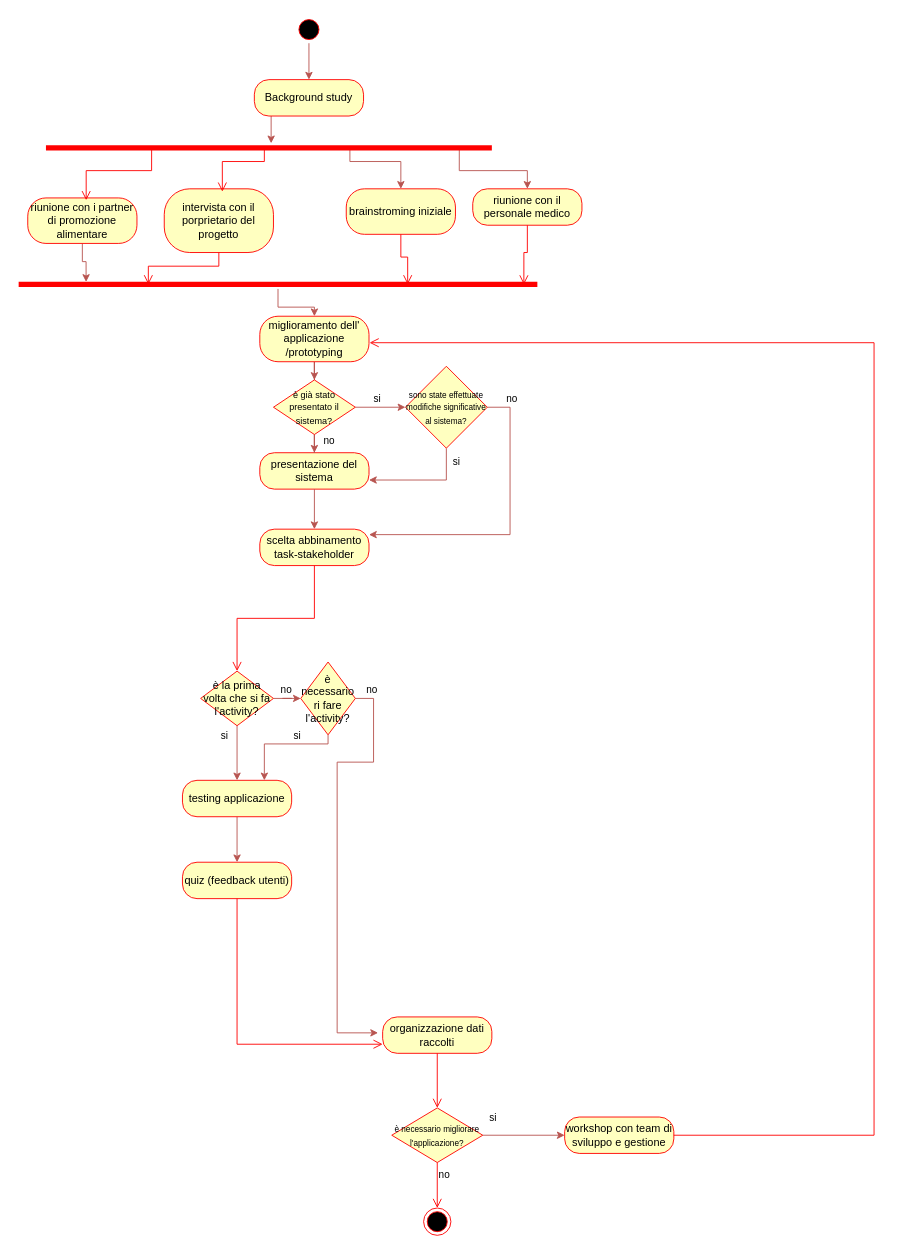
Barbera9/mixed keeps this draw.io diagram as grafi/Diagramma senza titolo.drawio. Above is the earlier version. Source tidied: cells renumbered, new cells numbered last; positions are measured from the earlier drawing's top-left corner, leaving out a move shared by most shapes. Both pictures are drawn from the tidied source at 91%, with x=0, y=0 at pixel (18, 15).
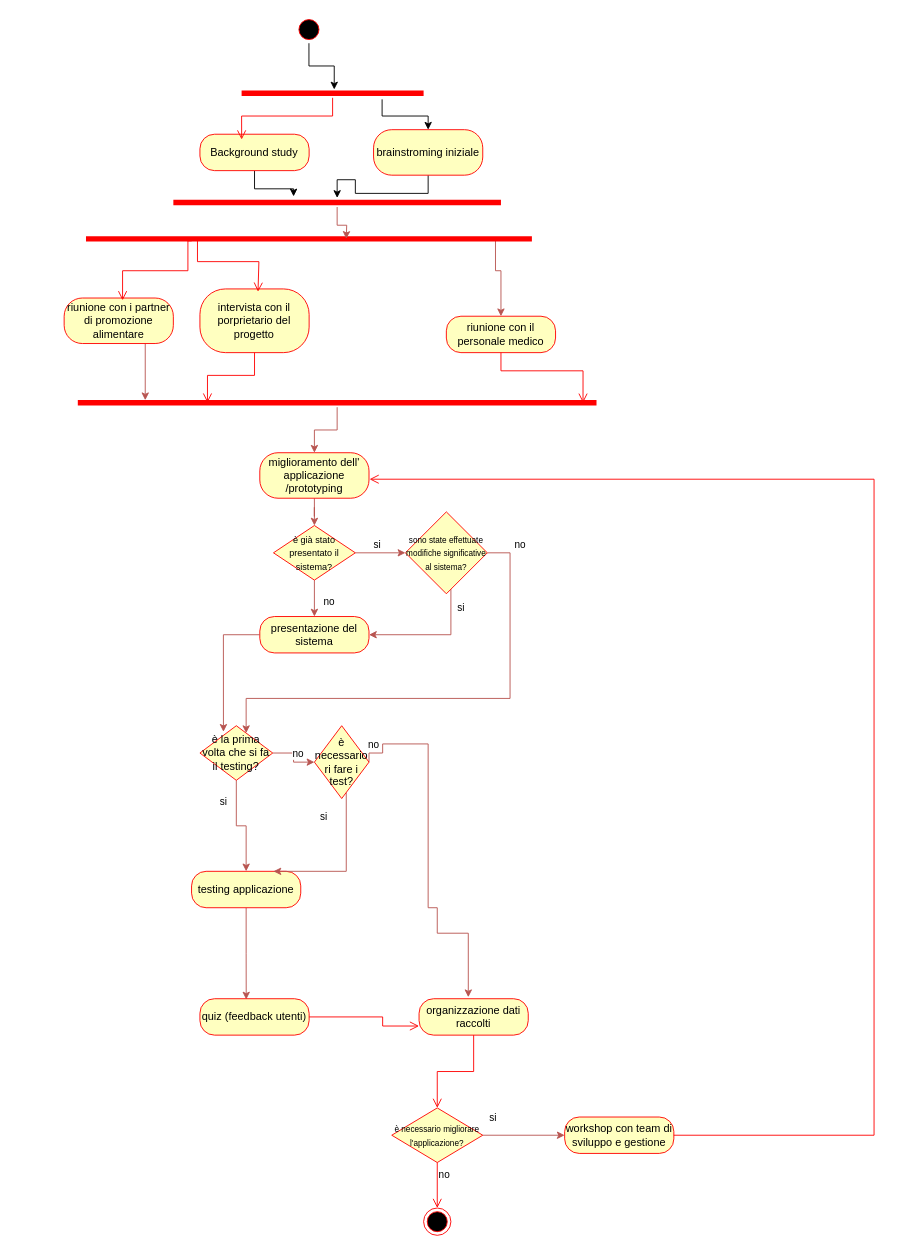
After the change.

The change refers to these unchanged cells:
```xml
<mxCell id="3" style="ellipse;html=1;shape=startState;fillColor=#000000;strokeColor=#ff0000;" parent="1" vertex="1">
  <mxGeometry x="304" width="30" height="30" as="geometry" />
</mxCell>
```

The edit, as a diff of the source:
```diff
@@
-    <mxCell id="2" style="edgeStyle=orthogonalEdgeStyle;rounded=0;jettySize=auto;html=1;entryX=0.5;entryY=0;entryDx=0;entryDy=0;fillColor=#f8cecc;strokeColor=#b85450;" parent="1" edge="1" source="3" target="5">
-      <mxGeometry relative="1" as="geometry" />
-    </mxCell>
+    <mxCell id="60" style="edgeStyle=orthogonalEdgeStyle;rounded=0;jettySize=auto;html=1;entryX=0.509;entryY=0.083;entryDx=0;entryDy=0;entryPerimeter=0;" parent="1" edge="1" source="3" target="64">
+      <mxGeometry relative="1" as="geometry" />
+    </mxCell>
@@
-    <mxCell id="4" style="edgeStyle=orthogonalEdgeStyle;rounded=0;jettySize=auto;html=1;entryX=0.505;entryY=0.444;entryDx=0;entryDy=0;entryPerimeter=0;fillColor=#f8cecc;strokeColor=#b85450;" parent="1" edge="1" source="5" target="8">
-      <mxGeometry relative="1" as="geometry">
-        <Array as="points">
-          <mxPoint x="320" y="110" />
-          <mxPoint x="320" y="110" />
-        </Array>
-      </mxGeometry>
-    </mxCell>
+    <mxCell id="61" style="edgeStyle=orthogonalEdgeStyle;rounded=0;jettySize=auto;html=1;entryX=0.367;entryY=-0.167;entryDx=0;entryDy=0;entryPerimeter=0;" parent="1" edge="1" source="5" target="67">
+      <mxGeometry relative="1" as="geometry" />
+    </mxCell>
     <mxCell id="5" value="Background study" style="rounded=1;whiteSpace=wrap;html=1;arcSize=40;fontColor=#000000;fillColor=#ffffc0;strokeColor=#ff0000;" parent="1" vertex="1">
-      <mxGeometry x="259" y="70" width="120" height="40" as="geometry" />
+      <mxGeometry x="199.2" y="130" width="120" height="40" as="geometry" />
     </mxCell>
-    <mxCell id="6" style="edgeStyle=orthogonalEdgeStyle;rounded=0;jettySize=auto;html=1;entryX=0.5;entryY=0;entryDx=0;entryDy=0;exitX=0.727;exitY=0.507;exitDx=0;exitDy=0;exitPerimeter=0;fillColor=#f8cecc;strokeColor=#b85450;" parent="1" edge="1" source="8" target="11">
-      <mxGeometry relative="1" as="geometry">
-        <Array as="points">
-          <mxPoint x="364" y="160" />
-          <mxPoint x="420" y="160" />
-        </Array>
-      </mxGeometry>
-    </mxCell>
     <mxCell id="7" style="edgeStyle=orthogonalEdgeStyle;rounded=0;jettySize=auto;html=1;exitX=0.927;exitY=0.511;exitDx=0;exitDy=0;exitPerimeter=0;entryX=0.5;entryY=0;entryDx=0;entryDy=0;fillColor=#f8cecc;strokeColor=#b85450;" parent="1" edge="1" source="8" target="57">
       <mxGeometry relative="1" as="geometry">
         <Array as="points">
-          <mxPoint x="484" y="170" />
-          <mxPoint x="559" y="170" />
+          <mxPoint x="524" y="246" />
+          <mxPoint x="524" y="280" />
+          <mxPoint x="530" y="280" />
         </Array>
       </mxGeometry>
     </mxCell>
     <mxCell id="8" style="shape=line;html=1;strokeWidth=6;strokeColor=#ff0000;" parent="1" vertex="1">
-      <mxGeometry x="30" y="100" width="490" height="90" as="geometry" />
+      <mxGeometry x="74" y="200" width="490" height="90" as="geometry" />
     </mxCell>
     <mxCell id="9" value="intervista con il porprietario del progetto" style="rounded=1;whiteSpace=wrap;html=1;arcSize=40;fontColor=#000000;fillColor=#ffffc0;strokeColor=#ff0000;" parent="1" vertex="1">
-      <mxGeometry x="160" y="190" width="120" height="70" as="geometry" />
+      <mxGeometry x="199.2" y="300" width="120" height="70" as="geometry" />
     </mxCell>
@@
+    <mxCell id="62" style="edgeStyle=orthogonalEdgeStyle;rounded=0;jettySize=auto;html=1;" parent="1" edge="1" source="11" target="67">
+      <mxGeometry relative="1" as="geometry" />
+    </mxCell>
     <mxCell id="11" value="brainstroming iniziale" style="rounded=1;whiteSpace=wrap;html=1;arcSize=40;fontColor=#000000;fillColor=#ffffc0;strokeColor=#ff0000;" parent="1" vertex="1">
-      <mxGeometry x="360" y="190" width="120" height="50" as="geometry" />
+      <mxGeometry x="390" y="125" width="120" height="50" as="geometry" />
     </mxCell>
-    <mxCell id="12" style="edgeStyle=orthogonalEdgeStyle;html=1;verticalAlign=bottom;endArrow=open;endSize=8;strokeColor=#ff0000;rounded=0;entryX=0.75;entryY=0.5;entryDx=0;entryDy=0;entryPerimeter=0;" parent="1" edge="1" source="11" target="15">
-      <mxGeometry relative="1" as="geometry" />
-    </mxCell>
     <mxCell id="13" style="edgeStyle=orthogonalEdgeStyle;html=1;verticalAlign=bottom;endArrow=open;endSize=8;strokeColor=#ff0000;rounded=0;entryX=0.532;entryY=0.045;entryDx=0;entryDy=0;entryPerimeter=0;exitX=0.25;exitY=0.5;exitDx=0;exitDy=0;exitPerimeter=0;" parent="1" edge="1" source="8" target="9">
       <mxGeometry relative="1" as="geometry">
         <Array as="points">
-          <mxPoint x="270" y="145" />
-          <mxPoint x="270" y="160" />
-          <mxPoint x="224" y="160" />
+          <mxPoint x="197" y="270" />
+          <mxPoint x="264" y="270" />
+          <mxPoint x="264" y="303" />
         </Array>
       </mxGeometry>
     </mxCell>
@@
     <mxCell id="15" style="shape=line;html=1;strokeWidth=6;strokeColor=#ff0000;" parent="1" vertex="1">
-      <mxGeometry y="290" width="570" height="10" as="geometry" />
+      <mxGeometry x="65" y="420" width="570" height="10" as="geometry" />
     </mxCell>
     <mxCell id="16" value="presentazione del sistema" style="rounded=1;whiteSpace=wrap;html=1;arcSize=40;fontColor=#000000;fillColor=#ffffc0;strokeColor=#ff0000;" parent="1" vertex="1">
-      <mxGeometry x="265" y="480" width="120" height="40" as="geometry" />
+      <mxGeometry x="265" y="660" width="120" height="40" as="geometry" />
     </mxCell>
-    <mxCell id="17" style="edgeStyle=orthogonalEdgeStyle;rounded=0;jettySize=auto;html=1;fillColor=#f8cecc;strokeColor=#b85450;" parent="1" edge="1" source="16" target="20">
-      <mxGeometry relative="1" as="geometry" />
+    <mxCell id="17" style="edgeStyle=orthogonalEdgeStyle;rounded=0;jettySize=auto;html=1;fillColor=#f8cecc;strokeColor=#b85450;entryX=0.323;entryY=0.111;entryDx=0;entryDy=0;entryPerimeter=0;" parent="1" edge="1" source="16" target="43">
+      <mxGeometry relative="1" as="geometry">
+        <Array as="points">
+          <mxPoint x="225" y="680" />
+        </Array>
+      </mxGeometry>
     </mxCell>
@@
     <mxCell id="19" value="miglioramento dell' applicazione /prototyping" style="rounded=1;whiteSpace=wrap;html=1;arcSize=40;fontColor=#000000;fillColor=#ffffc0;strokeColor=#ff0000;" parent="1" vertex="1">
-      <mxGeometry x="265" y="330" width="120" height="50" as="geometry" />
+      <mxGeometry x="265" y="480" width="120" height="50" as="geometry" />
     </mxCell>
-    <mxCell id="20" value="scelta abbinamento task-stakeholder" style="rounded=1;whiteSpace=wrap;html=1;arcSize=40;fontColor=#000000;fillColor=#ffffc0;strokeColor=#ff0000;" parent="1" vertex="1">
-      <mxGeometry x="265" y="564" width="120" height="40" as="geometry" />
-    </mxCell>
-    <mxCell id="21" style="edgeStyle=orthogonalEdgeStyle;html=1;verticalAlign=bottom;endArrow=open;endSize=8;strokeColor=#ff0000;rounded=0;entryX=0.5;entryY=0;entryDx=0;entryDy=0;" parent="1" edge="1" source="20" target="43">
-      <mxGeometry relative="1" as="geometry" />
-    </mxCell>
-    <mxCell id="22" style="edgeStyle=orthogonalEdgeStyle;rounded=0;jettySize=auto;html=1;fillColor=#f8cecc;strokeColor=#b85450;" parent="1" edge="1" source="23" target="29">
+    <mxCell id="22" style="edgeStyle=orthogonalEdgeStyle;rounded=0;jettySize=auto;html=1;fillColor=#f8cecc;strokeColor=#b85450;entryX=0.424;entryY=0.021;entryDx=0;entryDy=0;entryPerimeter=0;" parent="1" edge="1" source="23" target="29">
       <mxGeometry relative="1" as="geometry" />
     </mxCell>
     <mxCell id="23" value="testing applicazione" style="rounded=1;whiteSpace=wrap;html=1;arcSize=40;fontColor=#000000;fillColor=#ffffc0;strokeColor=#ff0000;" parent="1" vertex="1">
-      <mxGeometry x="180" y="840" width="120" height="40" as="geometry" />
+      <mxGeometry x="190" y="940" width="120" height="40" as="geometry" />
     </mxCell>
-    <mxCell id="24" style="edgeStyle=orthogonalEdgeStyle;rounded=0;jettySize=auto;html=1;fillColor=#f8cecc;strokeColor=#b85450;" parent="1" edge="1" source="28" target="20">
+    <mxCell id="24" style="edgeStyle=orthogonalEdgeStyle;rounded=0;jettySize=auto;html=1;fillColor=#f8cecc;strokeColor=#b85450;" parent="1" edge="1" source="28" target="43">
       <mxGeometry relative="1" as="geometry">
         <Array as="points">
-          <mxPoint x="540" y="430" />
-          <mxPoint x="540" y="570" />
+          <mxPoint x="540" y="590" />
+          <mxPoint x="540" y="750" />
+          <mxPoint x="250" y="750" />
         </Array>
       </mxGeometry>
     </mxCell>
@@
     <mxCell id="26" style="edgeStyle=orthogonalEdgeStyle;rounded=0;jettySize=auto;html=1;fillColor=#f8cecc;strokeColor=#b85450;" parent="1" edge="1" source="28" target="16">
       <mxGeometry relative="1" as="geometry">
         <Array as="points">
-          <mxPoint x="390" y="510" />
-          <mxPoint x="390" y="510" />
+          <mxPoint x="475" y="680" />
         </Array>
       </mxGeometry>
     </mxCell>
@@
     <mxCell id="28" value="&lt;font style=&quot;font-size: 9px;&quot;&gt;sono state effettuate modifiche significative al sistema?&lt;/font&gt;" style="rhombus;whiteSpace=wrap;html=1;fontColor=#000000;fillColor=#ffffc0;strokeColor=#ff0000;" parent="1" vertex="1">
-      <mxGeometry x="425" y="385" width="90" height="90" as="geometry" />
+      <mxGeometry x="425" y="545" width="90" height="90" as="geometry" />
     </mxCell>
     <mxCell id="29" value="quiz (feedback utenti)" style="rounded=1;whiteSpace=wrap;html=1;arcSize=40;fontColor=#000000;fillColor=#ffffc0;strokeColor=#ff0000;" parent="1" vertex="1">
-      <mxGeometry x="180" y="930" width="120" height="40" as="geometry" />
+      <mxGeometry x="199.2" y="1080" width="120" height="40" as="geometry" />
     </mxCell>
     <mxCell id="30" style="edgeStyle=orthogonalEdgeStyle;html=1;verticalAlign=bottom;endArrow=open;endSize=8;strokeColor=#ff0000;rounded=0;entryX=0;entryY=0.75;entryDx=0;entryDy=0;" parent="1" edge="1" source="29" target="31">
       <mxGeometry relative="1" as="geometry">
         <Array as="points">
-          <mxPoint x="240" y="1130" />
+          <mxPoint x="400" y="1100" />
+          <mxPoint x="400" y="1110" />
         </Array>
       </mxGeometry>
     </mxCell>
     <mxCell id="31" value="organizzazione dati raccolti" style="rounded=1;whiteSpace=wrap;html=1;arcSize=40;fontColor=#000000;fillColor=#ffffc0;strokeColor=#ff0000;" parent="1" vertex="1">
-      <mxGeometry x="400" y="1100" width="120" height="40" as="geometry" />
+      <mxGeometry x="440" y="1080" width="120" height="40" as="geometry" />
     </mxCell>
@@
-    <mxCell id="43" value="è la prima volta che si fa l'activity?" style="rhombus;whiteSpace=wrap;html=1;fontColor=#000000;fillColor=#ffffc0;strokeColor=#ff0000;" parent="1" vertex="1">
-      <mxGeometry x="200" y="720" width="80" height="60" as="geometry" />
+    <mxCell id="43" value="è la prima volta che si fa il testing?" style="rhombus;whiteSpace=wrap;html=1;fontColor=#000000;fillColor=#ffffc0;strokeColor=#ff0000;" parent="1" vertex="1">
+      <mxGeometry x="199.2" y="780" width="80" height="60" as="geometry" />
     </mxCell>
     <mxCell id="44" style="edgeStyle=orthogonalEdgeStyle;rounded=0;jettySize=auto;html=1;entryX=0.75;entryY=0;entryDx=0;entryDy=0;fillColor=#f8cecc;strokeColor=#b85450;" parent="1" edge="1" source="48" target="23">
       <mxGeometry relative="1" as="geometry">
         <Array as="points">
-          <mxPoint x="340" y="800" />
-          <mxPoint x="270" y="800" />
+          <mxPoint x="360" y="940" />
         </Array>
       </mxGeometry>
     </mxCell>
@@
-    <mxCell id="46" style="edgeStyle=orthogonalEdgeStyle;rounded=0;jettySize=auto;html=1;fillColor=#f8cecc;strokeColor=#b85450;exitX=1;exitY=0.5;exitDx=0;exitDy=0;entryX=-0.042;entryY=0.438;entryDx=0;entryDy=0;entryPerimeter=0;" parent="1" edge="1" source="48" target="31">
+    <mxCell id="46" style="edgeStyle=orthogonalEdgeStyle;rounded=0;jettySize=auto;html=1;fillColor=#f8cecc;strokeColor=#b85450;exitX=1;exitY=0.5;exitDx=0;exitDy=0;entryX=0.451;entryY=-0.042;entryDx=0;entryDy=0;entryPerimeter=0;" parent="1" edge="1" source="48" target="31">
       <mxGeometry relative="1" as="geometry">
         <Array as="points">
-          <mxPoint x="390" y="750" />
-          <mxPoint x="390" y="820" />
-          <mxPoint x="350" y="820" />
-          <mxPoint x="350" y="1118" />
+          <mxPoint x="400" y="810" />
+          <mxPoint x="400" y="800" />
+          <mxPoint x="450" y="800" />
+          <mxPoint x="450" y="980" />
+          <mxPoint x="460" y="980" />
+          <mxPoint x="460" y="1008" />
         </Array>
       </mxGeometry>
     </mxCell>
@@
-    <mxCell id="48" value="è necessario ri fare l'activity?" style="rhombus;whiteSpace=wrap;html=1;fontColor=#000000;fillColor=#ffffc0;strokeColor=#ff0000;" parent="1" vertex="1">
-      <mxGeometry x="310" y="710" width="60" height="80" as="geometry" />
+    <mxCell id="48" value="è necessario ri fare i test?" style="rhombus;whiteSpace=wrap;html=1;fontColor=#000000;fillColor=#ffffc0;strokeColor=#ff0000;" parent="1" vertex="1">
+      <mxGeometry x="325" y="780" width="60" height="80" as="geometry" />
     </mxCell>
@@
     <mxCell id="53" value="&lt;font style=&quot;font-size: 10px;&quot;&gt;è già stato presentato il sistema?&lt;/font&gt;" style="rhombus;whiteSpace=wrap;html=1;fontColor=#000000;fillColor=#ffffc0;strokeColor=#ff0000;" parent="1" vertex="1">
-      <mxGeometry x="280" y="400" width="90" height="60" as="geometry" />
+      <mxGeometry x="280" y="560" width="90" height="60" as="geometry" />
     </mxCell>
@@
     <mxCell id="55" style="edgeStyle=orthogonalEdgeStyle;rounded=0;jettySize=auto;html=1;entryX=0.13;entryY=0.229;entryDx=0;entryDy=0;entryPerimeter=0;fillColor=#f8cecc;strokeColor=#b85450;" parent="1" edge="1" source="56" target="15">
       <mxGeometry relative="1" as="geometry">
         <Array as="points">
-          <mxPoint x="70" y="270" />
-          <mxPoint x="74" y="270" />
+          <mxPoint x="110" y="330" />
+          <mxPoint x="114" y="330" />
         </Array>
       </mxGeometry>
     </mxCell>
     <mxCell id="56" value="riunione con i partner di promozione alimentare" style="rounded=1;whiteSpace=wrap;html=1;arcSize=40;fontColor=#000000;fillColor=#ffffc0;strokeColor=#ff0000;" parent="1" vertex="1">
-      <mxGeometry x="10" y="200" width="120" height="50" as="geometry" />
+      <mxGeometry x="50" y="310" width="120" height="50" as="geometry" />
     </mxCell>
     <mxCell id="57" value="riunione con il personale medico" style="rounded=1;whiteSpace=wrap;html=1;arcSize=40;fontColor=#000000;fillColor=#ffffc0;strokeColor=#ff0000;" parent="1" vertex="1">
-      <mxGeometry x="499" y="190" width="120" height="40" as="geometry" />
+      <mxGeometry x="470" y="330" width="120" height="40" as="geometry" />
     </mxCell>
     <mxCell id="58" style="edgeStyle=orthogonalEdgeStyle;html=1;verticalAlign=bottom;endArrow=open;endSize=8;strokeColor=#ff0000;rounded=0;entryX=0.974;entryY=0.514;entryDx=0;entryDy=0;entryPerimeter=0;" parent="1" edge="1" source="57" target="15">
-      <mxGeometry relative="1" as="geometry" />
+      <mxGeometry relative="1" as="geometry">
+        <Array as="points">
+          <mxPoint x="530" y="390" />
+          <mxPoint x="620" y="390" />
+        </Array>
+      </mxGeometry>
     </mxCell>
     <mxCell id="59" style="edgeStyle=orthogonalEdgeStyle;html=1;verticalAlign=bottom;endArrow=open;endSize=8;strokeColor=#ff0000;rounded=0;exitX=0.237;exitY=0.524;exitDx=0;exitDy=0;exitPerimeter=0;entryX=0.535;entryY=0.051;entryDx=0;entryDy=0;entryPerimeter=0;" parent="1" edge="1" source="8" target="56">
       <mxGeometry relative="1" as="geometry">
         <Array as="points">
-          <mxPoint x="146" y="170" />
-          <mxPoint x="74" y="170" />
+          <mxPoint x="186" y="247" />
+          <mxPoint x="186" y="280" />
+          <mxPoint x="114" y="280" />
         </Array>
       </mxGeometry>
     </mxCell>
+    <mxCell id="63" style="edgeStyle=orthogonalEdgeStyle;rounded=0;jettySize=auto;html=1;entryX=0.5;entryY=0;entryDx=0;entryDy=0;exitX=0.772;exitY=1.167;exitDx=0;exitDy=0;exitPerimeter=0;" parent="1" edge="1" source="64" target="11">
+      <mxGeometry relative="1" as="geometry" />
+    </mxCell>
+    <mxCell id="64" style="shape=line;html=1;strokeWidth=6;strokeColor=#ff0000;" parent="1" vertex="1">
+      <mxGeometry x="245" y="80" width="200" height="10" as="geometry" />
+    </mxCell>
+    <mxCell id="65" style="edgeStyle=orthogonalEdgeStyle;html=1;verticalAlign=bottom;endArrow=open;endSize=8;strokeColor=#ff0000;rounded=0;entryX=0.382;entryY=0.146;entryDx=0;entryDy=0;entryPerimeter=0;" parent="1" edge="1" source="64" target="5">
+      <mxGeometry relative="1" as="geometry" />
+    </mxCell>
+    <mxCell id="66" style="edgeStyle=orthogonalEdgeStyle;rounded=0;jettySize=auto;html=1;fillColor=#f8cecc;strokeColor=#b85450;" parent="1" edge="1" source="67">
+      <mxGeometry relative="1" as="geometry">
+        <mxPoint x="360" y="245" as="targetPoint" />
+      </mxGeometry>
+    </mxCell>
+    <mxCell id="67" style="shape=line;html=1;strokeWidth=6;strokeColor=#ff0000;" parent="1" vertex="1">
+      <mxGeometry x="170" y="200" width="360" height="10" as="geometry" />
+    </mxCell>
```
